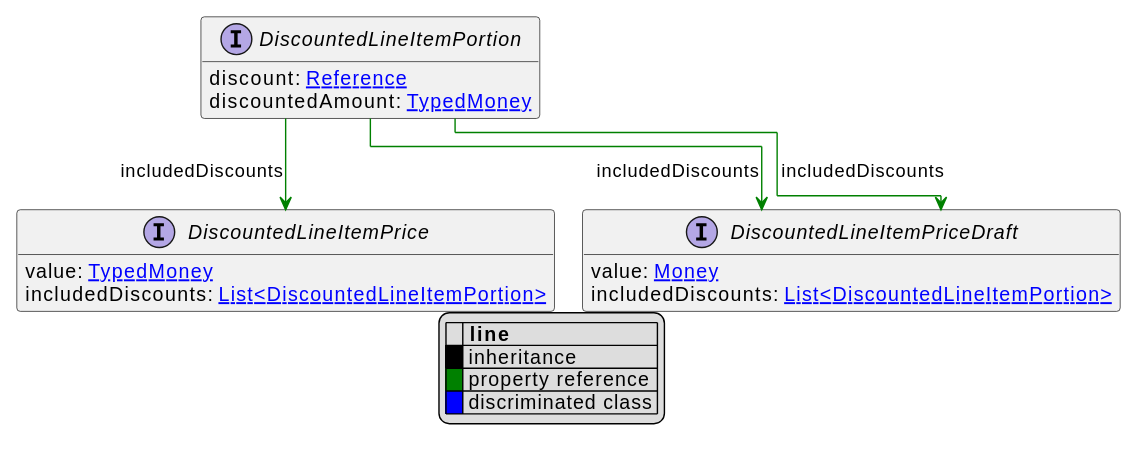
Before: uml/api/svg/DiscountedLineItemPortion.svg, a diagram exported from PlantUML (commercetools/commercetools-api-reference).
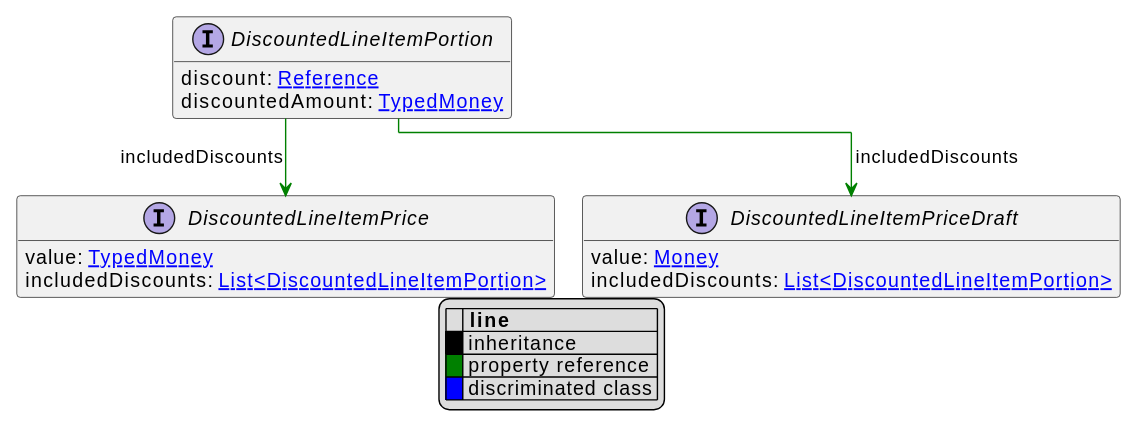
After the commit.

Change to the diagram source:
```diff
@@ -26,5 +26,4 @@
 
 DiscountedLineItemPortion --> DiscountedLineItemPrice #green;text:green : "includedDiscounts"
 DiscountedLineItemPortion --> DiscountedLineItemPriceDraft #green;text:green : "includedDiscounts"
-DiscountedLineItemPortion --> DiscountedLineItemPriceDraft #green;text:green : "includedDiscounts"
 @enduml
```
